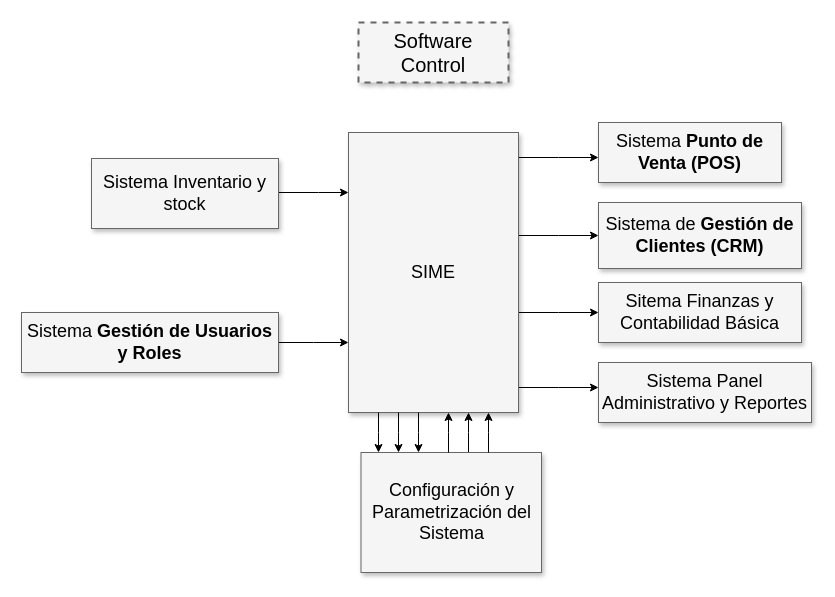
DatrixYB/SIME keeps this draw.io diagram as DiagramaProcesos.drawio. Above is the earlier version. Source tidied: cells renumbered, new cells numbered last; positions are measured from the earlier drawing's top-left corner, leaving out a move shared by most shapes. Both pictures are drawn from the tidied source at 100%, with x=0, y=0 at pixel (21, 22).
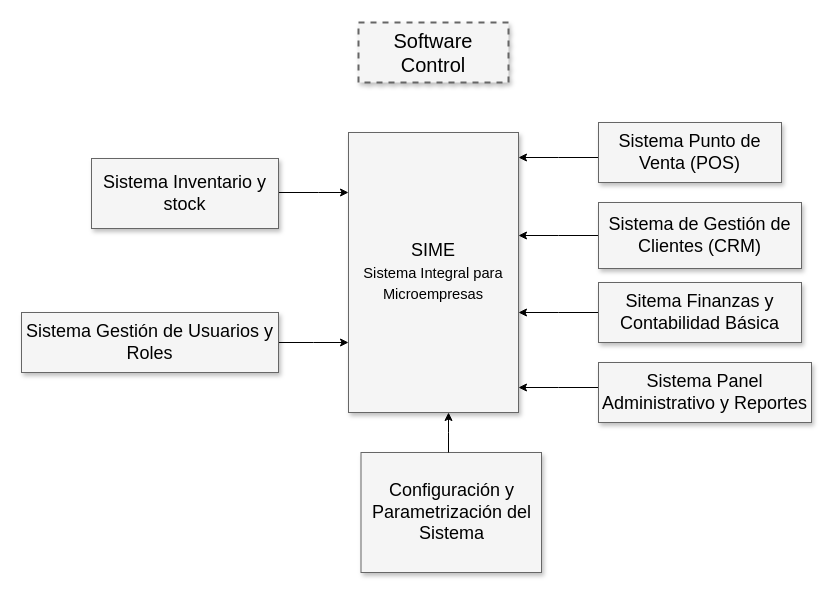
Above is the later version.

Unchanged cells that the change refers to:
```xml
<mxCell id="11" value="Sitema&amp;nbsp;Finanzas y Contabilidad Básica" style="whiteSpace=wrap;html=1;shadow=1;fontSize=18;fillColor=#f5f5f5;strokeColor=#666666;" parent="1" vertex="1">
  <mxGeometry x="577" y="260" width="203" height="60" as="geometry" />
</mxCell>
<mxCell id="12" value="Sistema&amp;nbsp;Panel Administrativo y Reportes" style="whiteSpace=wrap;html=1;shadow=1;fontSize=18;fillColor=#f5f5f5;strokeColor=#666666;" parent="1" vertex="1">
  <mxGeometry x="577" y="340" width="213" height="60" as="geometry" />
</mxCell>
<mxCell id="17" value="Configuración y Parametrización del Sistema" style="whiteSpace=wrap;html=1;shadow=1;fontSize=18;fillColor=#f5f5f5;strokeColor=#666666;" parent="1" vertex="1">
  <mxGeometry x="339.5" y="430" width="180.5" height="120" as="geometry" />
</mxCell>
```

What changed in the source:
```diff
@@
+    <mxCell id="3" style="edgeStyle=elbowEdgeStyle;rounded=0;html=1;startArrow=none;startFill=0;jettySize=auto;fontSize=18;elbow=vertical;" parent="1" edge="1" source="9" target="8">
+      <mxGeometry relative="1" as="geometry" />
+    </mxCell>
@@
-    <mxCell id="3" style="edgeStyle=elbowEdgeStyle;rounded=0;html=1;startArrow=none;startFill=0;jettySize=auto;fontSize=18;elbow=vertical;" parent="1" edge="1" source="8" target="9">
-      <mxGeometry relative="1" as="geometry" />
-    </mxCell>
-    <mxCell id="4" style="edgeStyle=elbowEdgeStyle;rounded=0;html=1;startArrow=none;startFill=0;jettySize=auto;fontSize=18;elbow=vertical;" parent="1" edge="1" source="8" target="10">
+    <mxCell id="4" style="edgeStyle=elbowEdgeStyle;rounded=0;html=1;startArrow=none;startFill=0;jettySize=auto;fontSize=18;elbow=vertical;" parent="1" edge="1" source="10" target="8">
       <mxGeometry relative="1" as="geometry" />
     </mxCell>
-    <mxCell id="5" style="edgeStyle=elbowEdgeStyle;rounded=0;html=1;startArrow=none;startFill=0;jettySize=auto;fontSize=18;elbow=vertical;" parent="1" edge="1" source="8" target="11">
+    <mxCell id="5" style="edgeStyle=elbowEdgeStyle;rounded=0;html=1;startArrow=none;startFill=0;jettySize=auto;fontSize=18;elbow=vertical;" parent="1" edge="1" source="11" target="8">
       <mxGeometry relative="1" as="geometry" />
     </mxCell>
-    <mxCell id="6" style="edgeStyle=elbowEdgeStyle;rounded=0;html=1;startArrow=none;startFill=0;jettySize=auto;fontSize=18;elbow=vertical;" parent="1" edge="1" source="8" target="12">
+    <mxCell id="6" style="edgeStyle=elbowEdgeStyle;rounded=0;html=1;startArrow=none;startFill=0;jettySize=auto;fontSize=18;elbow=vertical;" parent="1" edge="1" source="12" target="8">
       <mxGeometry relative="1" as="geometry" />
     </mxCell>
-    <mxCell id="7" style="edgeStyle=elbowEdgeStyle;rounded=0;html=1;startArrow=none;startFill=0;jettySize=auto;fontSize=18;" parent="1" edge="1" source="17" target="8">
-      <mxGeometry relative="1" as="geometry">
-        <Array as="points">
-          <mxPoint x="447" y="410" />
-        </Array>
-      </mxGeometry>
-    </mxCell>
-    <mxCell id="8" value="SIME" style="whiteSpace=wrap;html=1;shadow=1;fontSize=18;fillColor=#f5f5f5;strokeColor=#666666;" parent="1" vertex="1">
+    <mxCell id="8" value="SIME&lt;div&gt;&lt;span style=&quot;font-size: 11pt; line-height: 115%; font-family: Calibri, sans-serif;&quot; lang=&quot;ES-MX&quot;&gt;Sistema Integral para&lt;br/&gt;Microempresas&lt;/span&gt;&lt;/div&gt;" style="whiteSpace=wrap;html=1;shadow=1;fontSize=18;fillColor=#f5f5f5;strokeColor=#666666;" parent="1" vertex="1">
       <mxGeometry x="327" y="110" width="170" height="280" as="geometry" />
     </mxCell>
-    <mxCell id="9" value="Sistema&amp;nbsp;&lt;strong style=&quot;background-color: transparent; color: light-dark(rgb(0, 0, 0), rgb(255, 255, 255));&quot;&gt;Punto de Venta (POS)&lt;/strong&gt;" style="whiteSpace=wrap;html=1;shadow=1;fontSize=18;fillColor=#f5f5f5;strokeColor=#666666;" parent="1" vertex="1">
+    <mxCell id="9" value="Sistema&amp;nbsp;&lt;span style=&quot;background-color: transparent; color: light-dark(rgb(0, 0, 0), rgb(255, 255, 255));&quot;&gt;Punto de Venta (POS)&lt;/span&gt;" style="whiteSpace=wrap;html=1;shadow=1;fontSize=18;fillColor=#f5f5f5;strokeColor=#666666;" parent="1" vertex="1">
       <mxGeometry x="577" y="100" width="183" height="60" as="geometry" />
     </mxCell>
-    <mxCell id="10" value="Sistema de&amp;nbsp;&lt;strong style=&quot;background-color: transparent; color: light-dark(rgb(0, 0, 0), rgb(255, 255, 255));&quot;&gt;Gestión de Clientes (CRM)&lt;/strong&gt;" style="whiteSpace=wrap;html=1;shadow=1;fontSize=18;fillColor=#f5f5f5;strokeColor=#666666;" parent="1" vertex="1">
+    <mxCell id="10" value="Sistema de&amp;nbsp;&lt;span style=&quot;background-color: transparent; color: light-dark(rgb(0, 0, 0), rgb(255, 255, 255));&quot;&gt;Gestión de Clientes (CRM)&lt;/span&gt;" style="whiteSpace=wrap;html=1;shadow=1;fontSize=18;fillColor=#f5f5f5;strokeColor=#666666;" parent="1" vertex="1">
       <mxGeometry x="577" y="180" width="203" height="66" as="geometry" />
     </mxCell>
@@
-    <mxCell id="16" value="Sistema&amp;nbsp;&lt;strong style=&quot;background-color: transparent; color: light-dark(rgb(0, 0, 0), rgb(255, 255, 255));&quot;&gt;Gestión de Usuarios y Roles&lt;/strong&gt;" style="whiteSpace=wrap;html=1;shadow=1;fontSize=18;fillColor=#f5f5f5;strokeColor=#666666;" parent="1" vertex="1">
+    <mxCell id="16" value="Sistema&amp;nbsp;&lt;span style=&quot;background-color: transparent; color: light-dark(rgb(0, 0, 0), rgb(255, 255, 255));&quot;&gt;Gestión de Usuarios y Roles&lt;/span&gt;" style="whiteSpace=wrap;html=1;shadow=1;fontSize=18;fillColor=#f5f5f5;strokeColor=#666666;" parent="1" vertex="1">
       <mxGeometry y="290" width="257" height="60" as="geometry" />
     </mxCell>
@@
-    <mxCell id="18" style="edgeStyle=elbowEdgeStyle;rounded=0;html=1;startArrow=none;startFill=0;jettySize=auto;fontSize=18;" parent="1" edge="1" source="17" target="8">
-      <mxGeometry relative="1" as="geometry">
-        <Array as="points">
-          <mxPoint x="467" y="410" />
-          <mxPoint x="447" y="410" />
-        </Array>
-      </mxGeometry>
-    </mxCell>
@@
-    <mxCell id="20" style="edgeStyle=elbowEdgeStyle;rounded=0;html=1;startArrow=none;startFill=0;jettySize=auto;orthogonalLoop=1;fontSize=18;" parent="1" edge="1">
-      <mxGeometry relative="1" as="geometry">
-        <mxPoint x="397" y="390" as="sourcePoint" />
-        <mxPoint x="397" y="430" as="targetPoint" />
-        <Array as="points">
-          <mxPoint x="397" y="410" />
-          <mxPoint x="427" y="420" />
-        </Array>
-      </mxGeometry>
-    </mxCell>
-    <mxCell id="21" style="edgeStyle=elbowEdgeStyle;rounded=0;html=1;startArrow=none;startFill=0;jettySize=auto;orthogonalLoop=1;fontSize=18;" parent="1" edge="1">
-      <mxGeometry relative="1" as="geometry">
-        <mxPoint x="377" y="390" as="sourcePoint" />
-        <mxPoint x="377" y="430" as="targetPoint" />
-        <Array as="points">
-          <mxPoint x="377" y="410" />
-          <mxPoint x="407" y="420" />
-        </Array>
-      </mxGeometry>
-    </mxCell>
-    <mxCell id="22" style="edgeStyle=elbowEdgeStyle;rounded=0;html=1;startArrow=none;startFill=0;jettySize=auto;orthogonalLoop=1;fontSize=18;" parent="1" edge="1">
-      <mxGeometry relative="1" as="geometry">
-        <mxPoint x="357" y="390" as="sourcePoint" />
-        <mxPoint x="357" y="430" as="targetPoint" />
-        <Array as="points">
-          <mxPoint x="357" y="410" />
-          <mxPoint x="387" y="420" />
-        </Array>
-      </mxGeometry>
-    </mxCell>
```
